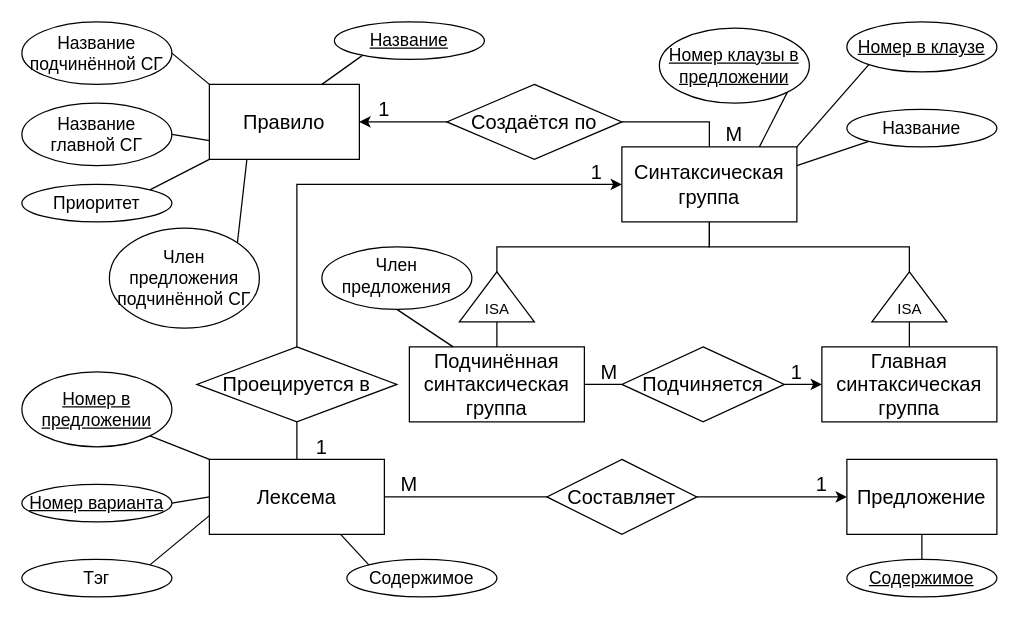
Above: DZ1.drawio in DMfananddu/Computing-Facilities-AIPCS (draw.io), before the change. Source tidied: cells renumbered, new cells numbered last; positions are measured from the earlier drawing's top-left corner, leaving out a move shared by most shapes. Both pictures are drawn from the tidied source at 125%, with x=0, y=0 at pixel (21, 21).
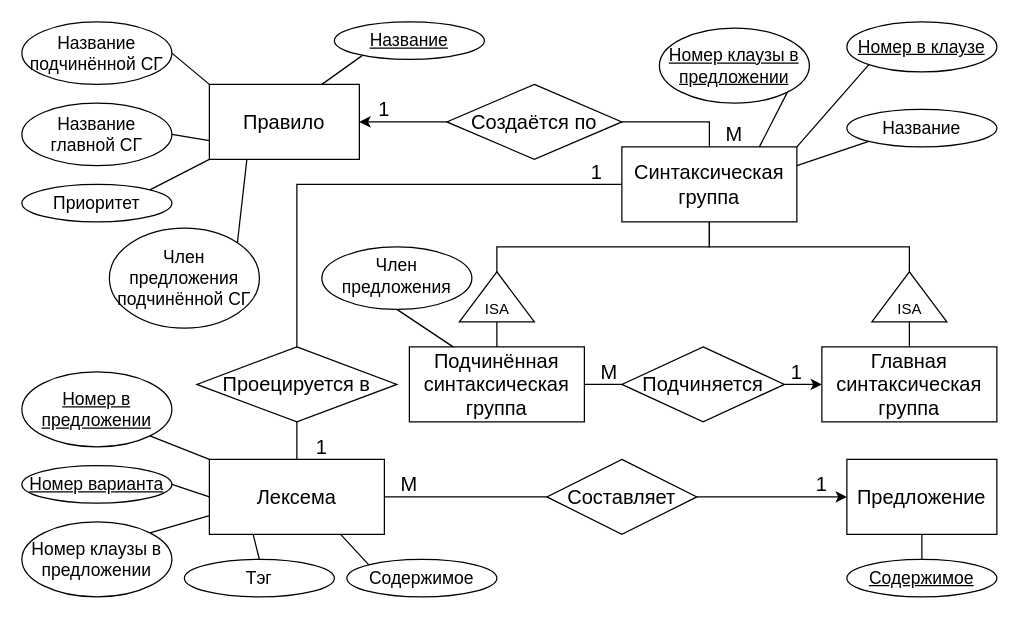
The same page after the edit.

The change refers to these unchanged cells:
```xml
<mxCell id="6" value="Лексема" style="rounded=0;whiteSpace=wrap;html=1;fontSize=16;" parent="1" vertex="1">
  <mxGeometry x="150" y="350" width="140" height="60" as="geometry" />
</mxCell>
<mxCell id="25" value="Синтаксическая группа" style="rounded=0;whiteSpace=wrap;html=1;fontSize=16;" parent="1" vertex="1">
  <mxGeometry x="480" y="100" width="140" height="60" as="geometry" />
</mxCell>
<mxCell id="27" value="Проецируется в" style="rhombus;whiteSpace=wrap;html=1;fontSize=16;" parent="1" vertex="1">
  <mxGeometry x="140" y="260" width="160" height="60" as="geometry" />
</mxCell>
```

The edit, as a diff of the source:
```diff
@@
-    <mxCell id="26" style="edgeStyle=orthogonalEdgeStyle;rounded=0;jettySize=auto;html=1;exitX=0.5;exitY=0;exitDx=0;exitDy=0;entryX=0;entryY=0.5;entryDx=0;entryDy=0;endArrow=classic;endFill=1;fontSize=16;" parent="1" edge="1" source="27" target="25">
+    <mxCell id="26" style="edgeStyle=orthogonalEdgeStyle;rounded=0;jettySize=auto;html=1;exitX=0.5;exitY=0;exitDx=0;exitDy=0;entryX=0;entryY=0.5;entryDx=0;entryDy=0;endArrow=none;endFill=0;fontSize=16;" parent="1" edge="1" source="27" target="25">
       <mxGeometry relative="1" as="geometry" />
     </mxCell>
@@
-    <mxCell id="52" style="edgeStyle=none;rounded=0;jettySize=auto;html=1;exitX=1;exitY=0;exitDx=0;exitDy=0;entryX=0;entryY=0.75;entryDx=0;entryDy=0;endArrow=none;endFill=0;fontSize=14;" parent="1" edge="1" source="53" target="6">
+    <mxCell id="52" style="edgeStyle=none;rounded=0;jettySize=auto;html=1;exitX=0.5;exitY=0;exitDx=0;exitDy=0;entryX=0.25;entryY=1;entryDx=0;entryDy=0;endArrow=none;endFill=0;fontSize=14;" parent="1" edge="1" source="53" target="6">
       <mxGeometry relative="1" as="geometry" />
     </mxCell>
     <mxCell id="53" value="Тэг" style="ellipse;whiteSpace=wrap;html=1;fontSize=14;" parent="1" vertex="1">
-      <mxGeometry y="430" width="120" height="30" as="geometry" />
+      <mxGeometry x="130" y="430" width="120" height="30" as="geometry" />
     </mxCell>
@@
     <mxCell id="57" value="Номер варианта" style="ellipse;whiteSpace=wrap;html=1;fontSize=14;fontStyle=4;" parent="1" vertex="1">
-      <mxGeometry y="370" width="120" height="30" as="geometry" />
+      <mxGeometry y="355" width="120" height="30" as="geometry" />
     </mxCell>
@@
+    <mxCell id="64" style="rounded=0;jettySize=auto;html=1;exitX=1;exitY=0;exitDx=0;exitDy=0;entryX=0;entryY=0.75;entryDx=0;entryDy=0;endArrow=none;endFill=0;" parent="1" edge="1" source="65" target="6">
+      <mxGeometry relative="1" as="geometry" />
+    </mxCell>
+    <mxCell id="65" value="Номер клаузы в предложении" style="ellipse;whiteSpace=wrap;html=1;fontSize=14;fontStyle=0;" parent="1" vertex="1">
+      <mxGeometry y="400" width="120" height="60" as="geometry" />
+    </mxCell>
```
